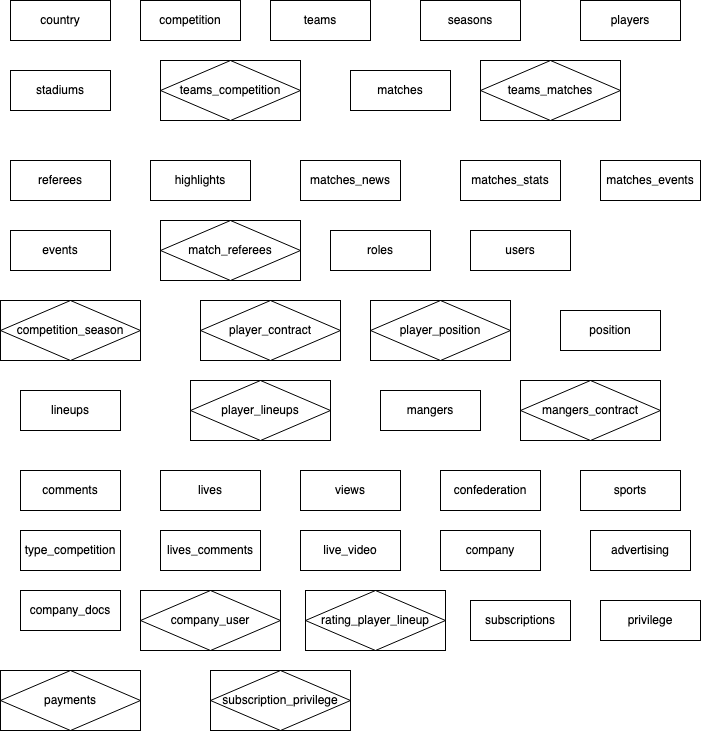
Above: football_feed.drawio.png in EricksonVaz/master_nodejs (draw.io), before the change. Source tidied: cells renumbered, new cells last; positions are measured from the earlier drawing's top-left corner, leaving out a move shared by most shapes.
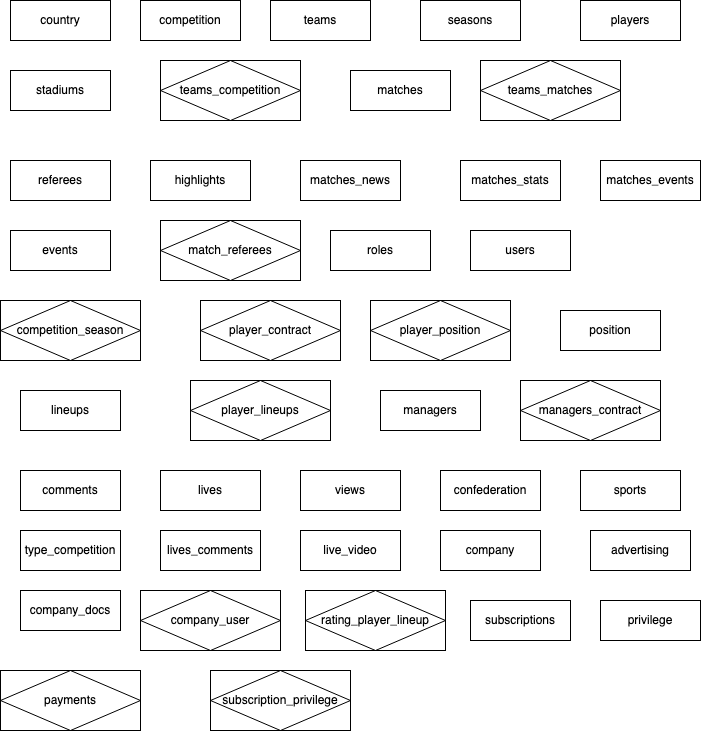
After the commit.

Commit message:
add metadata tags in some tabels

What changed in the source:
```diff
@@ -74,10 +74,10 @@
     <mxCell id="25" value="&lt;div&gt;player_lineups&lt;/div&gt;" style="shape=associativeEntity;whiteSpace=wrap;html=1;align=center;" parent="1" vertex="1">
       <mxGeometry x="190" y="380" width="140" height="60" as="geometry" />
     </mxCell>
-    <mxCell id="26" value="mangers" style="whiteSpace=wrap;html=1;align=center;" parent="1" vertex="1">
+    <mxCell id="26" value="managers" style="whiteSpace=wrap;html=1;align=center;" parent="1" vertex="1">
       <mxGeometry x="380" y="390" width="100" height="40" as="geometry" />
     </mxCell>
-    <mxCell id="27" value="mangers_contract" style="shape=associativeEntity;whiteSpace=wrap;html=1;align=center;" parent="1" vertex="1">
+    <mxCell id="27" value="managers_contract" style="shape=associativeEntity;whiteSpace=wrap;html=1;align=center;" parent="1" vertex="1">
       <mxGeometry x="520" y="380" width="140" height="60" as="geometry" />
     </mxCell>
     <mxCell id="28" value="&lt;div&gt;comments&lt;/div&gt;" style="whiteSpace=wrap;html=1;align=center;" parent="1" vertex="1">
```
